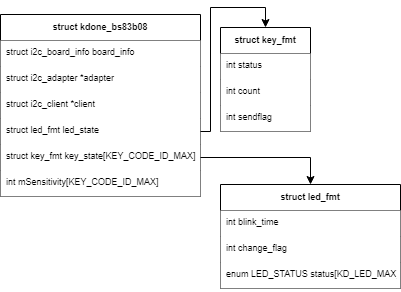
Above: images/holtek_bs83b08-01.png in lchy0113/tcc_develop (draw.io), before the change. Source tidied: cells renumbered, new cells last; positions are measured from the earlier drawing's top-left corner, leaving out a move shared by most shapes. The source it was exported from:
```xml
<mxGraphModel>
  <root>
    <mxCell id="0" />
    <mxCell id="1" parent="0" />
    <mxCell id="2" value="struct kdone_bs83b08" style="swimlane;fontStyle=1;align=center;verticalAlign=top;horizontal=1;startSize=26;fontSize=9;fillColor=#FFFFFF;" parent="1" vertex="1">
      <mxGeometry y="7" width="200" height="182" as="geometry" />
    </mxCell>
    <mxCell id="3" value="struct i2c_board_info board_info" style="text;strokeColor=none;fillColor=#FFFFFF;align=left;verticalAlign=top;spacingLeft=4;spacingRight=4;overflow=hidden;fontSize=9;" parent="2" vertex="1">
      <mxGeometry y="26" width="200" height="26" as="geometry" />
    </mxCell>
    <mxCell id="4" value="struct i2c_adapter *adapter" style="text;strokeColor=none;fillColor=#FFFFFF;align=left;verticalAlign=top;spacingLeft=4;spacingRight=4;overflow=hidden;fontSize=9;" parent="2" vertex="1">
      <mxGeometry y="52" width="200" height="26" as="geometry" />
    </mxCell>
    <mxCell id="5" value="struct i2c_client *client" style="text;strokeColor=none;fillColor=#FFFFFF;align=left;verticalAlign=top;spacingLeft=4;spacingRight=4;overflow=hidden;fontSize=9;" parent="2" vertex="1">
      <mxGeometry y="78" width="200" height="26" as="geometry" />
    </mxCell>
    <mxCell id="6" value="struct led_fmt led_state" style="text;strokeColor=none;fillColor=#FFFFFF;align=left;verticalAlign=top;spacingLeft=4;spacingRight=4;overflow=hidden;points=[[0,0.5],[1,0.5]];portConstraint=eastwest;fontSize=9;" parent="2" vertex="1">
      <mxGeometry y="104" width="200" height="26" as="geometry" />
    </mxCell>
    <mxCell id="7" value="struct key_fmt key_state[KEY_CODE_ID_MAX]" style="text;strokeColor=none;fillColor=#FFFFFF;align=left;verticalAlign=top;spacingLeft=4;spacingRight=4;overflow=hidden;points=[[0,0.5],[1,0.5]];portConstraint=eastwest;fontSize=9;" parent="2" vertex="1">
      <mxGeometry y="130" width="200" height="26" as="geometry" />
    </mxCell>
    <mxCell id="8" value="int mSensitivity[KEY_CODE_ID_MAX]" style="text;strokeColor=none;fillColor=#FFFFFF;align=left;verticalAlign=top;spacingLeft=4;spacingRight=4;overflow=hidden;points=[[0,0.5],[1,0.5]];portConstraint=eastwest;fontSize=9;" parent="2" vertex="1">
      <mxGeometry y="156" width="200" height="26" as="geometry" />
    </mxCell>
    <mxCell id="9" value="struct led_fmt" style="swimlane;fontStyle=1;align=center;verticalAlign=top;horizontal=1;startSize=26;fontSize=9;fillColor=#FFFFFF;" parent="1" vertex="1">
      <mxGeometry x="220" y="177" width="180" height="104" as="geometry" />
    </mxCell>
    <mxCell id="10" value="int blink_time" style="text;strokeColor=none;fillColor=#FFFFFF;align=left;verticalAlign=top;spacingLeft=4;spacingRight=4;overflow=hidden;points=[[0,0.5],[1,0.5]];portConstraint=eastwest;fontSize=9;" parent="9" vertex="1">
      <mxGeometry y="26" width="180" height="26" as="geometry" />
    </mxCell>
    <mxCell id="11" value="int change_flag" style="text;strokeColor=none;fillColor=#FFFFFF;align=left;verticalAlign=top;spacingLeft=4;spacingRight=4;overflow=hidden;fontSize=9;" parent="9" vertex="1">
      <mxGeometry y="52" width="180" height="26" as="geometry" />
    </mxCell>
    <mxCell id="12" value="enum LED_STATUS status[KD_LED_MAX]" style="text;strokeColor=none;fillColor=#FFFFFF;align=left;verticalAlign=top;spacingLeft=4;spacingRight=4;overflow=hidden;fontSize=9;" parent="9" vertex="1">
      <mxGeometry y="78" width="180" height="26" as="geometry" />
    </mxCell>
    <mxCell id="13" value="struct key_fmt" style="swimlane;fontStyle=1;align=center;verticalAlign=top;horizontal=1;startSize=26;fontSize=9;fillColor=#FFFFFF;" parent="1" vertex="1">
      <mxGeometry x="220" y="20" width="90" height="104" as="geometry" />
    </mxCell>
    <mxCell id="14" value="int status" style="text;strokeColor=none;fillColor=#FFFFFF;align=left;verticalAlign=top;spacingLeft=4;spacingRight=4;overflow=hidden;points=[[0,0.5],[1,0.5]];portConstraint=eastwest;fontSize=9;" parent="13" vertex="1">
      <mxGeometry y="26" width="90" height="26" as="geometry" />
    </mxCell>
    <mxCell id="15" value="int count" style="text;strokeColor=none;fillColor=#FFFFFF;align=left;verticalAlign=top;spacingLeft=4;spacingRight=4;overflow=hidden;fontSize=9;" parent="13" vertex="1">
      <mxGeometry y="52" width="90" height="26" as="geometry" />
    </mxCell>
    <mxCell id="16" value="int sendflag" style="text;strokeColor=none;fillColor=#FFFFFF;align=left;verticalAlign=top;spacingLeft=4;spacingRight=4;overflow=hidden;fontSize=9;" parent="13" vertex="1">
      <mxGeometry y="78" width="90" height="26" as="geometry" />
    </mxCell>
    <mxCell id="17" style="edgeStyle=orthogonalEdgeStyle;rounded=0;jettySize=auto;html=1;entryX=0.5;entryY=0;entryDx=0;entryDy=0;fontSize=9;" parent="1" edge="1" source="6" target="13">
      <mxGeometry relative="1" as="geometry">
        <Array as="points">
          <mxPoint x="210" y="124" />
          <mxPoint x="210" />
          <mxPoint x="265" />
        </Array>
      </mxGeometry>
    </mxCell>
    <mxCell id="18" style="edgeStyle=orthogonalEdgeStyle;rounded=0;jettySize=auto;html=1;entryX=0.5;entryY=0;entryDx=0;entryDy=0;fontSize=9;" parent="1" edge="1" source="7" target="9">
      <mxGeometry relative="1" as="geometry" />
    </mxCell>
  </root>
</mxGraphModel>
```
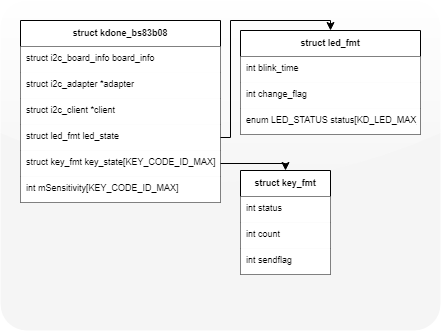
After the change.

Change to the diagram source:
```diff
@@ -2,62 +2,69 @@
   <root>
     <mxCell id="0" />
     <mxCell id="1" parent="0" />
-    <mxCell id="2" value="struct kdone_bs83b08" style="swimlane;fontStyle=1;align=center;verticalAlign=top;horizontal=1;startSize=26;fontSize=9;fillColor=#FFFFFF;" parent="1" vertex="1">
-      <mxGeometry y="7" width="200" height="182" as="geometry" />
+    <mxCell id="2" style="rounded=1;whiteSpace=wrap;html=1;fillColor=#f5f5f5;fontSize=9;strokeColor=none;fontColor=#333333;arcSize=8;glass=1;" parent="1" vertex="1">
+      <mxGeometry y="7" width="440" height="330" as="geometry" />
     </mxCell>
-    <mxCell id="3" value="struct i2c_board_info board_info" style="text;strokeColor=none;fillColor=#FFFFFF;align=left;verticalAlign=top;spacingLeft=4;spacingRight=4;overflow=hidden;fontSize=9;" parent="2" vertex="1">
-      <mxGeometry y="26" width="200" height="26" as="geometry" />
+    <mxCell id="3" value="struct kdone_bs83b08" style="swimlane;fontStyle=1;align=center;verticalAlign=top;horizontal=1;startSize=26;fontSize=9;fillColor=#FFFFFF;" parent="1" vertex="1">
+      <mxGeometry x="20" y="27" width="200" height="182" as="geometry" />
     </mxCell>
-    <mxCell id="4" value="struct i2c_adapter *adapter" style="text;strokeColor=none;fillColor=#FFFFFF;align=left;verticalAlign=top;spacingLeft=4;spacingRight=4;overflow=hidden;fontSize=9;" parent="2" vertex="1">
-      <mxGeometry y="52" width="200" height="26" as="geometry" />
+    <mxCell id="4" value="struct i2c_board_info board_info" style="text;strokeColor=none;fillColor=#FFFFFF;align=left;verticalAlign=top;spacingLeft=4;spacingRight=4;overflow=hidden;fontSize=9;" parent="3" vertex="1">
+      <mxGeometry y="26" width="200" height="26" as="geometry" />
     </mxCell>
-    <mxCell id="5" value="struct i2c_client *client" style="text;strokeColor=none;fillColor=#FFFFFF;align=left;verticalAlign=top;spacingLeft=4;spacingRight=4;overflow=hidden;fontSize=9;" parent="2" vertex="1">
-      <mxGeometry y="78" width="200" height="26" as="geometry" />
+    <mxCell id="5" value="struct i2c_adapter *adapter" style="text;strokeColor=none;fillColor=#FFFFFF;align=left;verticalAlign=top;spacingLeft=4;spacingRight=4;overflow=hidden;fontSize=9;" parent="3" vertex="1">
+      <mxGeometry y="52" width="200" height="26" as="geometry" />
     </mxCell>
-    <mxCell id="6" value="struct led_fmt led_state" style="text;strokeColor=none;fillColor=#FFFFFF;align=left;verticalAlign=top;spacingLeft=4;spacingRight=4;overflow=hidden;points=[[0,0.5],[1,0.5]];portConstraint=eastwest;fontSize=9;" parent="2" vertex="1">
-      <mxGeometry y="104" width="200" height="26" as="geometry" />
+    <mxCell id="6" value="struct i2c_client *client" style="text;strokeColor=none;fillColor=#FFFFFF;align=left;verticalAlign=top;spacingLeft=4;spacingRight=4;overflow=hidden;points=[[0,0.5],[1,0.5]];portConstraint=eastwest;fontSize=9;" parent="3" vertex="1">
+      <mxGeometry y="78" width="200" height="26" as="geometry" />
     </mxCell>
-    <mxCell id="7" value="struct key_fmt key_state[KEY_CODE_ID_MAX]" style="text;strokeColor=none;fillColor=#FFFFFF;align=left;verticalAlign=top;spacingLeft=4;spacingRight=4;overflow=hidden;points=[[0,0.5],[1,0.5]];portConstraint=eastwest;fontSize=9;" parent="2" vertex="1">
-      <mxGeometry y="130" width="200" height="26" as="geometry" />
+    <mxCell id="7" value="struct led_fmt led_state" style="text;strokeColor=none;fillColor=#FFFFFF;align=left;verticalAlign=top;spacingLeft=4;spacingRight=4;overflow=hidden;points=[[0,0.5],[1,0.5]];portConstraint=eastwest;fontSize=9;" parent="3" vertex="1">
+      <mxGeometry y="104" width="200" height="26" as="geometry" />
     </mxCell>
-    <mxCell id="8" value="int mSensitivity[KEY_CODE_ID_MAX]" style="text;strokeColor=none;fillColor=#FFFFFF;align=left;verticalAlign=top;spacingLeft=4;spacingRight=4;overflow=hidden;points=[[0,0.5],[1,0.5]];portConstraint=eastwest;fontSize=9;" parent="2" vertex="1">
-      <mxGeometry y="156" width="200" height="26" as="geometry" />
+    <mxCell id="8" value="struct key_fmt key_state[KEY_CODE_ID_MAX]" style="text;strokeColor=none;fillColor=#FFFFFF;align=left;verticalAlign=top;spacingLeft=4;spacingRight=4;overflow=hidden;points=[[0,0.5],[1,0.5]];portConstraint=eastwest;fontSize=9;" parent="3" vertex="1">
+      <mxGeometry y="130" width="200" height="26" as="geometry" />
     </mxCell>
-    <mxCell id="9" value="struct led_fmt" style="swimlane;fontStyle=1;align=center;verticalAlign=top;horizontal=1;startSize=26;fontSize=9;fillColor=#FFFFFF;" parent="1" vertex="1">
-      <mxGeometry x="220" y="177" width="180" height="104" as="geometry" />
+    <mxCell id="9" value="int mSensitivity[KEY_CODE_ID_MAX]" style="text;strokeColor=none;fillColor=#FFFFFF;align=left;verticalAlign=top;spacingLeft=4;spacingRight=4;overflow=hidden;points=[[0,0.5],[1,0.5]];portConstraint=eastwest;fontSize=9;" parent="3" vertex="1">
+      <mxGeometry y="156" width="200" height="26" as="geometry" />
     </mxCell>
-    <mxCell id="10" value="int blink_time" style="text;strokeColor=none;fillColor=#FFFFFF;align=left;verticalAlign=top;spacingLeft=4;spacingRight=4;overflow=hidden;points=[[0,0.5],[1,0.5]];portConstraint=eastwest;fontSize=9;" parent="9" vertex="1">
-      <mxGeometry y="26" width="180" height="26" as="geometry" />
+    <mxCell id="10" value="struct led_fmt" style="swimlane;fontStyle=1;align=center;verticalAlign=top;horizontal=1;startSize=26;fontSize=9;fillColor=#FFFFFF;" parent="1" vertex="1">
+      <mxGeometry x="240" y="37" width="180" height="104" as="geometry" />
     </mxCell>
-    <mxCell id="11" value="int change_flag" style="text;strokeColor=none;fillColor=#FFFFFF;align=left;verticalAlign=top;spacingLeft=4;spacingRight=4;overflow=hidden;fontSize=9;" parent="9" vertex="1">
-      <mxGeometry y="52" width="180" height="26" as="geometry" />
+    <mxCell id="11" value="int blink_time" style="text;strokeColor=none;fillColor=#FFFFFF;align=left;verticalAlign=top;spacingLeft=4;spacingRight=4;overflow=hidden;fontSize=9;" parent="10" vertex="1">
+      <mxGeometry y="26" width="180" height="26" as="geometry" />
     </mxCell>
-    <mxCell id="12" value="enum LED_STATUS status[KD_LED_MAX]" style="text;strokeColor=none;fillColor=#FFFFFF;align=left;verticalAlign=top;spacingLeft=4;spacingRight=4;overflow=hidden;fontSize=9;" parent="9" vertex="1">
-      <mxGeometry y="78" width="180" height="26" as="geometry" />
+    <mxCell id="12" value="int change_flag" style="text;strokeColor=none;fillColor=#FFFFFF;align=left;verticalAlign=top;spacingLeft=4;spacingRight=4;overflow=hidden;fontSize=9;" parent="10" vertex="1">
+      <mxGeometry y="52" width="180" height="26" as="geometry" />
     </mxCell>
-    <mxCell id="13" value="struct key_fmt" style="swimlane;fontStyle=1;align=center;verticalAlign=top;horizontal=1;startSize=26;fontSize=9;fillColor=#FFFFFF;" parent="1" vertex="1">
-      <mxGeometry x="220" y="20" width="90" height="104" as="geometry" />
+    <mxCell id="13" value="enum LED_STATUS status[KD_LED_MAX]" style="text;strokeColor=none;fillColor=#FFFFFF;align=left;verticalAlign=top;spacingLeft=4;spacingRight=4;overflow=hidden;points=[[0,0.5],[1,0.5]];portConstraint=eastwest;fontSize=9;" parent="10" vertex="1">
+      <mxGeometry y="78" width="180" height="26" as="geometry" />
     </mxCell>
-    <mxCell id="14" value="int status" style="text;strokeColor=none;fillColor=#FFFFFF;align=left;verticalAlign=top;spacingLeft=4;spacingRight=4;overflow=hidden;points=[[0,0.5],[1,0.5]];portConstraint=eastwest;fontSize=9;" parent="13" vertex="1">
-      <mxGeometry y="26" width="90" height="26" as="geometry" />
+    <mxCell id="14" value="struct key_fmt" style="swimlane;fontStyle=1;align=center;verticalAlign=top;horizontal=1;startSize=26;fontSize=9;fillColor=#FFFFFF;" parent="1" vertex="1">
+      <mxGeometry x="240" y="177" width="90" height="104" as="geometry" />
     </mxCell>
-    <mxCell id="15" value="int count" style="text;strokeColor=none;fillColor=#FFFFFF;align=left;verticalAlign=top;spacingLeft=4;spacingRight=4;overflow=hidden;fontSize=9;" parent="13" vertex="1">
-      <mxGeometry y="52" width="90" height="26" as="geometry" />
+    <mxCell id="15" value="int status" style="text;strokeColor=none;fillColor=#FFFFFF;align=left;verticalAlign=top;spacingLeft=4;spacingRight=4;overflow=hidden;fontSize=9;" parent="14" vertex="1">
+      <mxGeometry y="26" width="90" height="26" as="geometry" />
     </mxCell>
-    <mxCell id="16" value="int sendflag" style="text;strokeColor=none;fillColor=#FFFFFF;align=left;verticalAlign=top;spacingLeft=4;spacingRight=4;overflow=hidden;fontSize=9;" parent="13" vertex="1">
-      <mxGeometry y="78" width="90" height="26" as="geometry" />
+    <mxCell id="16" value="int count" style="text;strokeColor=none;fillColor=#FFFFFF;align=left;verticalAlign=top;spacingLeft=4;spacingRight=4;overflow=hidden;fontSize=9;" parent="14" vertex="1">
+      <mxGeometry y="52" width="90" height="26" as="geometry" />
     </mxCell>
-    <mxCell id="17" style="edgeStyle=orthogonalEdgeStyle;rounded=0;jettySize=auto;html=1;entryX=0.5;entryY=0;entryDx=0;entryDy=0;fontSize=9;" parent="1" edge="1" source="6" target="13">
-      <mxGeometry relative="1" as="geometry">
-        <Array as="points">
-          <mxPoint x="210" y="124" />
-          <mxPoint x="210" />
-          <mxPoint x="265" />
-        </Array>
-      </mxGeometry>
+    <mxCell id="17" value="int sendflag" style="text;strokeColor=none;fillColor=#FFFFFF;align=left;verticalAlign=top;spacingLeft=4;spacingRight=4;overflow=hidden;fontSize=9;" parent="14" vertex="1">
+      <mxGeometry y="78" width="90" height="26" as="geometry" />
     </mxCell>
-    <mxCell id="18" style="edgeStyle=orthogonalEdgeStyle;rounded=0;jettySize=auto;html=1;entryX=0.5;entryY=0;entryDx=0;entryDy=0;fontSize=9;" parent="1" edge="1" source="7" target="9">
-      <mxGeometry relative="1" as="geometry" />
+    <mxCell id="18" style="edgeStyle=orthogonalEdgeStyle;rounded=0;jettySize=auto;html=1;entryX=0.5;entryY=0;entryDx=0;entryDy=0;fontSize=9;" parent="1" edge="1" source="7" target="10">
+      <mxGeometry relative="1" as="geometry">
+        <Array as="points">
+          <mxPoint x="230" y="144" />
+          <mxPoint x="230" y="27" />
+          <mxPoint x="330" y="27" />
+        </Array>
+      </mxGeometry>
     </mxCell>
+    <mxCell id="19" style="edgeStyle=orthogonalEdgeStyle;rounded=0;jettySize=auto;html=1;entryX=0.5;entryY=0;entryDx=0;entryDy=0;fontSize=9;" parent="1" edge="1" source="8" target="14">
+      <mxGeometry relative="1" as="geometry">
+        <Array as="points">
+          <mxPoint x="285" y="170" />
+        </Array>
+      </mxGeometry>
+    </mxCell>
   </root>
 </mxGraphModel>
```
